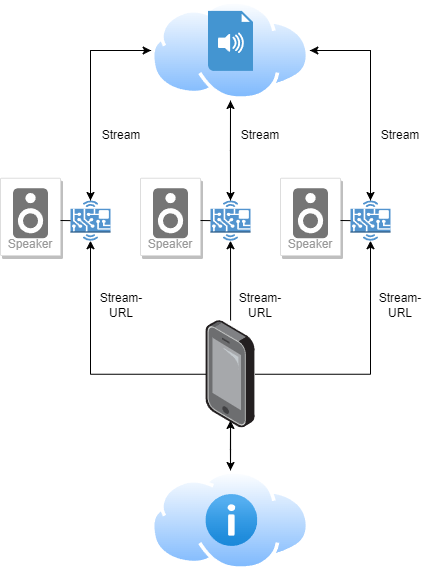
The draw.io diagram Skript/images/allgemein/MSA_Konzept.png in nicolang-dev/DA_Lang-Immler, before a commit. Source tidied: cells renumbered, new cells last; positions are measured from the earlier drawing's top-left corner, leaving out a move shared by most shapes.
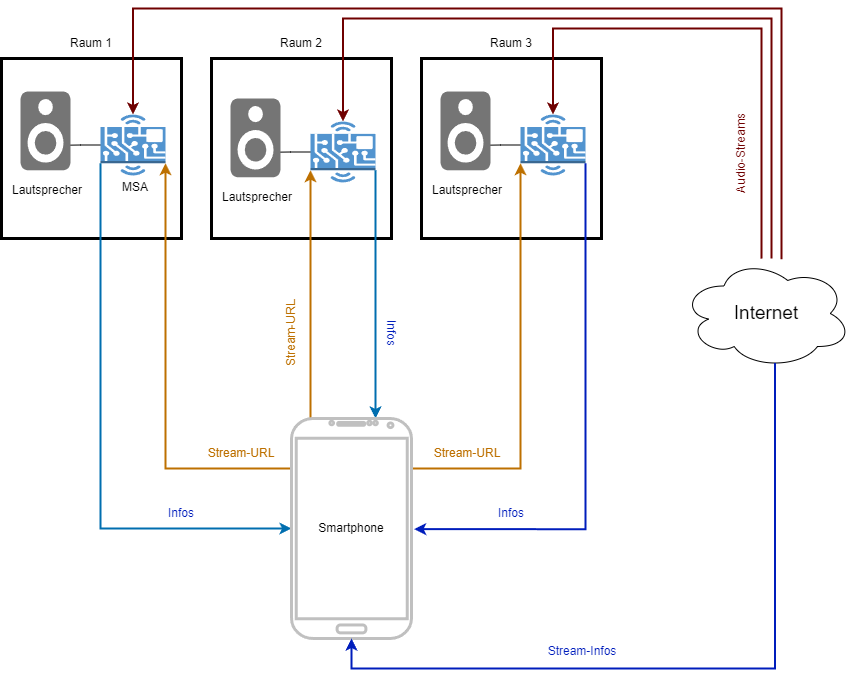
After the commit.

Diff of the diagram source:
```diff
@@ -2,148 +2,191 @@
   <root>
     <mxCell id="0" />
     <mxCell id="1" parent="0" />
-    <mxCell id="2" style="edgeStyle=orthogonalEdgeStyle;rounded=0;jettySize=auto;html=1;" parent="1" edge="1" source="3" target="33">
-      <mxGeometry relative="1" as="geometry" />
-    </mxCell>
-    <mxCell id="3" style="image;points=[];html=1;align=center;shadow=0;dashed=0;image=img/lib/allied_telesis/computer_and_terminals/Smartphone.svg;" parent="1" vertex="1">
-      <mxGeometry x="205.4" y="320" width="49.3" height="107.5" as="geometry" />
-    </mxCell>
-    <mxCell id="4" style="group;" parent="1" vertex="1">
-      <mxGeometry x="140" y="150" width="110" height="105" as="geometry" />
-    </mxCell>
-    <mxCell id="5" style="group;" parent="4" vertex="1">
-      <mxGeometry width="60" height="105" as="geometry" />
-    </mxCell>
-    <mxCell id="6" value="Speaker" style="strokeColor=#dddddd;shadow=1;strokeWidth=1;rounded=1;absoluteArcSize=1;arcSize=2;labelPosition=center;verticalLabelPosition=middle;align=center;verticalAlign=bottom;spacingLeft=0;fontColor=#999999;fontSize=12;whiteSpace=wrap;spacingBottom=2;html=1;" parent="5" vertex="1">
-      <mxGeometry y="27.7" width="60" height="77.3" as="geometry" />
-    </mxCell>
-    <mxCell id="7" style="sketch=0;dashed=0;html=1;fillColor=#757575;strokeColor=none;shape=mxgraph.gcp2.speaker;" parent="6" vertex="1">
-      <mxGeometry x="0.5" width="35" height="50" relative="1" as="geometry">
-        <mxPoint x="-17.5" y="10" as="offset" />
-      </mxGeometry>
-    </mxCell>
-    <mxCell id="8" style="outlineConnect=0;dashed=0;verticalLabelPosition=bottom;verticalAlign=top;align=center;html=1;shape=mxgraph.aws3.hardware_board;fillColor=#5294CF;gradientColor=none;" parent="4" vertex="1">
-      <mxGeometry x="70" y="50" width="40" height="40.2" as="geometry" />
-    </mxCell>
-    <mxCell id="9" style="endArrow=none;html=1;rounded=0;entryX=0;entryY=0.5;entryDx=0;entryDy=0;entryPerimeter=0;" parent="4" edge="1" target="8">
-      <mxGeometry relative="1" as="geometry">
-        <mxPoint x="60" y="70" as="sourcePoint" />
-      </mxGeometry>
-    </mxCell>
-    <mxCell id="10" style="group;" parent="1" vertex="1">
-      <mxGeometry y="150" width="110" height="105" as="geometry" />
-    </mxCell>
-    <mxCell id="11" style="group;" parent="10" vertex="1">
-      <mxGeometry width="60" height="105" as="geometry" />
-    </mxCell>
-    <mxCell id="12" value="Speaker" style="strokeColor=#dddddd;shadow=1;strokeWidth=1;rounded=1;absoluteArcSize=1;arcSize=2;labelPosition=center;verticalLabelPosition=middle;align=center;verticalAlign=bottom;spacingLeft=0;fontColor=#999999;fontSize=12;whiteSpace=wrap;spacingBottom=2;html=1;" parent="11" vertex="1">
-      <mxGeometry y="27.7" width="60" height="77.3" as="geometry" />
-    </mxCell>
-    <mxCell id="13" style="sketch=0;dashed=0;html=1;fillColor=#757575;strokeColor=none;shape=mxgraph.gcp2.speaker;" parent="12" vertex="1">
-      <mxGeometry x="0.5" width="35" height="50" relative="1" as="geometry">
-        <mxPoint x="-17.5" y="10" as="offset" />
-      </mxGeometry>
-    </mxCell>
-    <mxCell id="14" style="outlineConnect=0;dashed=0;verticalLabelPosition=bottom;verticalAlign=top;align=center;html=1;shape=mxgraph.aws3.hardware_board;fillColor=#5294CF;gradientColor=none;" parent="10" vertex="1">
-      <mxGeometry x="70" y="50" width="40" height="40.2" as="geometry" />
-    </mxCell>
-    <mxCell id="15" style="group;" parent="1" vertex="1">
-      <mxGeometry x="280" y="150" width="110" height="105" as="geometry" />
-    </mxCell>
-    <mxCell id="16" style="group;" parent="15" vertex="1">
-      <mxGeometry width="60" height="105" as="geometry" />
-    </mxCell>
-    <mxCell id="17" value="Speaker" style="strokeColor=#dddddd;shadow=1;strokeWidth=1;rounded=1;absoluteArcSize=1;arcSize=2;labelPosition=center;verticalLabelPosition=middle;align=center;verticalAlign=bottom;spacingLeft=0;fontColor=#999999;fontSize=12;whiteSpace=wrap;spacingBottom=2;html=1;" parent="16" vertex="1">
-      <mxGeometry y="27.7" width="60" height="77.3" as="geometry" />
-    </mxCell>
-    <mxCell id="18" style="sketch=0;dashed=0;html=1;fillColor=#757575;strokeColor=none;shape=mxgraph.gcp2.speaker;" parent="17" vertex="1">
-      <mxGeometry x="0.5" width="35" height="50" relative="1" as="geometry">
-        <mxPoint x="-17.5" y="10" as="offset" />
-      </mxGeometry>
-    </mxCell>
-    <mxCell id="19" style="outlineConnect=0;dashed=0;verticalLabelPosition=bottom;verticalAlign=top;align=center;html=1;shape=mxgraph.aws3.hardware_board;fillColor=#5294CF;gradientColor=none;" parent="15" vertex="1">
-      <mxGeometry x="70" y="50" width="40" height="40.2" as="geometry" />
-    </mxCell>
-    <mxCell id="20" style="endArrow=none;html=1;rounded=0;entryX=0;entryY=0.5;entryDx=0;entryDy=0;entryPerimeter=0;" parent="15" edge="1" target="19">
-      <mxGeometry relative="1" as="geometry">
-        <mxPoint x="60" y="70" as="sourcePoint" />
-      </mxGeometry>
-    </mxCell>
-    <mxCell id="21" style="edgeStyle=orthogonalEdgeStyle;rounded=0;jettySize=auto;html=1;entryX=0.5;entryY=1;entryDx=0;entryDy=0;entryPerimeter=0;" parent="1" edge="1" source="3" target="19">
-      <mxGeometry relative="1" as="geometry" />
-    </mxCell>
-    <mxCell id="22" style="edgeStyle=orthogonalEdgeStyle;rounded=0;jettySize=auto;html=1;entryX=0.5;entryY=1;entryDx=0;entryDy=0;entryPerimeter=0;" parent="1" edge="1" source="3" target="8">
-      <mxGeometry relative="1" as="geometry" />
-    </mxCell>
-    <mxCell id="23" style="edgeStyle=orthogonalEdgeStyle;rounded=0;jettySize=auto;html=1;entryX=0.5;entryY=1;entryDx=0;entryDy=0;entryPerimeter=0;" parent="1" edge="1" source="3" target="14">
-      <mxGeometry relative="1" as="geometry" />
-    </mxCell>
-    <mxCell id="24" style="group;" parent="1" vertex="1">
-      <mxGeometry x="150.6" width="158.7" height="100" as="geometry" />
-    </mxCell>
-    <mxCell id="25" style="image;perimeter=ellipsePerimeter;html=1;align=center;shadow=0;dashed=0;spacingTop=3;image=img/lib/active_directory/internet_cloud.svg;" parent="24" vertex="1">
-      <mxGeometry width="158.7" height="100" as="geometry" />
-    </mxCell>
-    <mxCell id="26" style="shadow=0;dashed=0;html=1;strokeColor=none;fillColor=#4495D1;labelPosition=center;verticalLabelPosition=bottom;verticalAlign=top;align=center;shape=mxgraph.veeam.audio_file;" parent="24" vertex="1">
-      <mxGeometry x="56.9" y="10.4" width="45" height="60" as="geometry" />
-    </mxCell>
-    <mxCell id="27" style="edgeStyle=orthogonalEdgeStyle;rounded=0;jettySize=auto;html=1;entryX=1;entryY=0.5;entryDx=0;entryDy=0;" parent="1" edge="1" source="19" target="25">
-      <mxGeometry relative="1" as="geometry">
-        <Array as="points">
-          <mxPoint x="370" y="50" />
-        </Array>
-      </mxGeometry>
-    </mxCell>
-    <mxCell id="28" style="rounded=0;jettySize=auto;html=1;entryX=0.5;entryY=1;entryDx=0;entryDy=0;" parent="1" edge="1" source="8" target="25">
-      <mxGeometry relative="1" as="geometry" />
-    </mxCell>
-    <mxCell id="29" style="edgeStyle=orthogonalEdgeStyle;rounded=0;jettySize=auto;html=1;entryX=0.5;entryY=0;entryDx=0;entryDy=0;entryPerimeter=0;" parent="1" edge="1" source="25" target="8">
-      <mxGeometry relative="1" as="geometry" />
-    </mxCell>
-    <mxCell id="30" style="edgeStyle=orthogonalEdgeStyle;rounded=0;jettySize=auto;html=1;entryX=0.5;entryY=0;entryDx=0;entryDy=0;entryPerimeter=0;" parent="1" edge="1" source="25" target="19">
-      <mxGeometry relative="1" as="geometry" />
-    </mxCell>
-    <mxCell id="31" style="edgeStyle=orthogonalEdgeStyle;rounded=0;jettySize=auto;html=1;entryX=0;entryY=0.5;entryDx=0;entryDy=0;" parent="1" edge="1" source="14" target="25">
-      <mxGeometry relative="1" as="geometry">
-        <Array as="points">
-          <mxPoint x="90" y="50" />
-        </Array>
-      </mxGeometry>
-    </mxCell>
-    <mxCell id="32" style="edgeStyle=orthogonalEdgeStyle;rounded=0;jettySize=auto;html=1;entryX=0.5;entryY=0;entryDx=0;entryDy=0;entryPerimeter=0;" parent="1" edge="1" source="25" target="14">
-      <mxGeometry relative="1" as="geometry" />
-    </mxCell>
-    <mxCell id="33" style="image;perimeter=ellipsePerimeter;html=1;align=center;shadow=0;dashed=0;spacingTop=3;image=img/lib/active_directory/internet_cloud.svg;" parent="1" vertex="1">
-      <mxGeometry x="150.6" y="470" width="158.7" height="100" as="geometry" />
-    </mxCell>
-    <mxCell id="34" style="edgeStyle=orthogonalEdgeStyle;rounded=0;jettySize=auto;html=1;entryX=0.5;entryY=0.93;entryDx=0;entryDy=0;entryPerimeter=0;" parent="1" edge="1" source="33" target="3">
-      <mxGeometry relative="1" as="geometry" />
-    </mxCell>
-    <mxCell id="35" style="image;html=1;align=center;fontSize=12;image=img/lib/azure2/general/Information.svg;" parent="1" vertex="1">
-      <mxGeometry x="205.4" y="494" width="52" height="52" as="geometry" />
-    </mxCell>
-    <mxCell id="36" value="Stream-URL" style="text;html=1;strokeColor=none;fillColor=none;align=center;verticalAlign=middle;whiteSpace=wrap;rounded=0;" parent="1" vertex="1">
-      <mxGeometry x="90.6" y="290" width="60" height="30" as="geometry" />
-    </mxCell>
-    <mxCell id="37" value="Stream-URL" style="text;html=1;strokeColor=none;fillColor=none;align=center;verticalAlign=middle;whiteSpace=wrap;rounded=0;" parent="1" vertex="1">
-      <mxGeometry x="230" y="290" width="60" height="30" as="geometry" />
-    </mxCell>
-    <mxCell id="38" value="Stream-URL" style="text;html=1;strokeColor=none;fillColor=none;align=center;verticalAlign=middle;whiteSpace=wrap;rounded=0;" parent="1" vertex="1">
-      <mxGeometry x="370" y="290" width="60" height="30" as="geometry" />
-    </mxCell>
-    <mxCell id="39" value="Stream" style="text;html=1;strokeColor=none;fillColor=none;align=center;verticalAlign=middle;whiteSpace=wrap;rounded=0;" parent="1" vertex="1">
-      <mxGeometry x="90.6" y="120" width="60" height="30" as="geometry" />
-    </mxCell>
-    <mxCell id="40" value="Stream" style="text;html=1;strokeColor=none;fillColor=none;align=center;verticalAlign=middle;whiteSpace=wrap;rounded=0;" parent="1" vertex="1">
-      <mxGeometry x="230" y="120" width="60" height="30" as="geometry" />
-    </mxCell>
-    <mxCell id="41" value="Stream" style="text;html=1;strokeColor=none;fillColor=none;align=center;verticalAlign=middle;whiteSpace=wrap;rounded=0;" parent="1" vertex="1">
-      <mxGeometry x="370" y="120" width="60" height="30" as="geometry" />
-    </mxCell>
-    <mxCell id="42" style="endArrow=none;html=1;rounded=0;entryX=0;entryY=0.5;entryDx=0;entryDy=0;entryPerimeter=0;" parent="1" edge="1" target="14">
-      <mxGeometry relative="1" as="geometry">
-        <mxPoint x="60" y="220" as="sourcePoint" />
-      </mxGeometry>
-    </mxCell>
+    <mxCell id="43" style="group;strokeWidth=8;" parent="1" vertex="1">
+      <mxGeometry x="-60" y="140" width="180" height="210" as="geometry" />
+    </mxCell>
+    <mxCell id="44" style="whiteSpace=wrap;html=1;strokeWidth=3;" parent="43" vertex="1">
+      <mxGeometry y="30" width="180" height="180" as="geometry" />
+    </mxCell>
+    <mxCell id="45" value="Raum 1" style="text;html=1;strokeColor=none;fillColor=none;align=center;verticalAlign=middle;whiteSpace=wrap;rounded=0;" parent="43" vertex="1">
+      <mxGeometry x="60" width="60" height="30" as="geometry" />
+    </mxCell>
+    <mxCell id="46" style="edgeStyle=orthogonalEdgeStyle;rounded=0;jettySize=auto;html=1;endArrow=none;endFill=0;" parent="43" edge="1" source="47">
+      <mxGeometry relative="1" as="geometry">
+        <mxPoint x="59" y="116.8" as="targetPoint" />
+      </mxGeometry>
+    </mxCell>
+    <mxCell id="47" style="outlineConnect=0;dashed=0;verticalLabelPosition=bottom;verticalAlign=top;align=center;html=1;shape=mxgraph.aws3.hardware_board;fillColor=#5294CF;gradientColor=none;" parent="43" vertex="1">
+      <mxGeometry x="99" y="86" width="65" height="60.9" as="geometry" />
+    </mxCell>
+    <mxCell id="48" value="MSA" style="text;html=1;strokeColor=none;fillColor=none;align=center;verticalAlign=middle;whiteSpace=wrap;rounded=0;" parent="43" vertex="1">
+      <mxGeometry x="104" y="144" width="60" height="30" as="geometry" />
+    </mxCell>
+    <mxCell id="49" style="sketch=0;dashed=0;html=1;fillColor=#757575;strokeColor=none;shape=mxgraph.gcp2.speaker;align=center;" parent="43" vertex="1">
+      <mxGeometry x="19" y="63" width="50" height="78.8" as="geometry">
+        <mxPoint x="-17.5" y="10" as="offset" />
+      </mxGeometry>
+    </mxCell>
+    <mxCell id="50" value="Lautsprecher" style="text;html=1;strokeColor=none;fillColor=none;align=center;verticalAlign=middle;whiteSpace=wrap;rounded=0;" parent="43" vertex="1">
+      <mxGeometry x="16" y="147" width="60" height="30" as="geometry" />
+    </mxCell>
+    <mxCell id="51" style="group;strokeWidth=8;" parent="1" vertex="1">
+      <mxGeometry x="150" y="140" width="180" height="210" as="geometry" />
+    </mxCell>
+    <mxCell id="52" style="whiteSpace=wrap;html=1;strokeWidth=3;" parent="51" vertex="1">
+      <mxGeometry y="30" width="180" height="180" as="geometry" />
+    </mxCell>
+    <mxCell id="53" value="Raum 2" style="text;html=1;strokeColor=none;fillColor=none;align=center;verticalAlign=middle;whiteSpace=wrap;rounded=0;" parent="51" vertex="1">
+      <mxGeometry x="60" width="60" height="30" as="geometry" />
+    </mxCell>
+    <mxCell id="54" style="edgeStyle=orthogonalEdgeStyle;rounded=0;jettySize=auto;html=1;endArrow=none;endFill=0;" parent="51" edge="1" source="55">
+      <mxGeometry relative="1" as="geometry">
+        <mxPoint x="59" y="123.8" as="targetPoint" />
+      </mxGeometry>
+    </mxCell>
+    <mxCell id="55" style="outlineConnect=0;dashed=0;verticalLabelPosition=bottom;verticalAlign=top;align=center;html=1;shape=mxgraph.aws3.hardware_board;fillColor=#5294CF;gradientColor=none;" parent="51" vertex="1">
+      <mxGeometry x="99" y="93" width="65" height="60.9" as="geometry" />
+    </mxCell>
+    <mxCell id="56" style="sketch=0;dashed=0;html=1;fillColor=#757575;strokeColor=none;shape=mxgraph.gcp2.speaker;align=center;" parent="51" vertex="1">
+      <mxGeometry x="19" y="70" width="50" height="78.8" as="geometry">
+        <mxPoint x="-17.5" y="10" as="offset" />
+      </mxGeometry>
+    </mxCell>
+    <mxCell id="57" value="Lautsprecher" style="text;html=1;strokeColor=none;fillColor=none;align=center;verticalAlign=middle;whiteSpace=wrap;rounded=0;" parent="51" vertex="1">
+      <mxGeometry x="16" y="153.9" width="60" height="30" as="geometry" />
+    </mxCell>
+    <mxCell id="58" style="group;strokeWidth=8;" parent="1" vertex="1">
+      <mxGeometry x="360" y="140" width="180" height="210" as="geometry" />
+    </mxCell>
+    <mxCell id="59" style="whiteSpace=wrap;html=1;strokeWidth=3;" parent="58" vertex="1">
+      <mxGeometry y="30" width="180" height="180" as="geometry" />
+    </mxCell>
+    <mxCell id="60" value="Raum 3" style="text;html=1;strokeColor=none;fillColor=none;align=center;verticalAlign=middle;whiteSpace=wrap;rounded=0;" parent="58" vertex="1">
+      <mxGeometry x="60" width="60" height="30" as="geometry" />
+    </mxCell>
+    <mxCell id="61" style="edgeStyle=orthogonalEdgeStyle;rounded=0;jettySize=auto;html=1;endArrow=none;endFill=0;" parent="58" edge="1" source="62">
+      <mxGeometry relative="1" as="geometry">
+        <mxPoint x="59" y="116.8" as="targetPoint" />
+      </mxGeometry>
+    </mxCell>
+    <mxCell id="62" style="outlineConnect=0;dashed=0;verticalLabelPosition=bottom;verticalAlign=top;align=center;html=1;shape=mxgraph.aws3.hardware_board;fillColor=#5294CF;gradientColor=none;" parent="58" vertex="1">
+      <mxGeometry x="99" y="86" width="65" height="60.9" as="geometry" />
+    </mxCell>
+    <mxCell id="63" style="sketch=0;dashed=0;html=1;fillColor=#757575;strokeColor=none;shape=mxgraph.gcp2.speaker;align=center;" parent="58" vertex="1">
+      <mxGeometry x="19" y="63" width="50" height="78.8" as="geometry">
+        <mxPoint x="-17.5" y="10" as="offset" />
+      </mxGeometry>
+    </mxCell>
+    <mxCell id="64" value="Lautsprecher" style="text;html=1;strokeColor=none;fillColor=none;align=center;verticalAlign=middle;whiteSpace=wrap;rounded=0;" parent="58" vertex="1">
+      <mxGeometry x="16" y="147" width="60" height="30" as="geometry" />
+    </mxCell>
+    <mxCell id="65" value="Internet" style="ellipse;shape=cloud;whiteSpace=wrap;html=1;fontSize=19;" parent="1" vertex="1">
+      <mxGeometry x="620" y="370" width="170" height="110" as="geometry" />
+    </mxCell>
+    <mxCell id="66" style="edgeStyle=orthogonalEdgeStyle;rounded=0;jettySize=auto;html=1;entryX=0;entryY=0.8;entryDx=0;entryDy=0;entryPerimeter=0;fillColor=#f0a30a;strokeColor=#BD7000;jumpSize=6;strokeWidth=2;" parent="1" edge="1" source="72" target="55">
+      <mxGeometry relative="1" as="geometry">
+        <Array as="points">
+          <mxPoint x="249" y="410" />
+          <mxPoint x="249" y="410" />
+        </Array>
+      </mxGeometry>
+    </mxCell>
+    <mxCell id="67" style="edgeStyle=orthogonalEdgeStyle;rounded=0;jettySize=auto;html=1;entryX=1;entryY=0.8;entryDx=0;entryDy=0;entryPerimeter=0;fillColor=#f0a30a;strokeColor=#BD7000;jumpSize=6;strokeWidth=2;" parent="1" edge="1" source="72" target="47">
+      <mxGeometry relative="1" as="geometry">
+        <Array as="points">
+          <mxPoint x="104" y="580" />
+        </Array>
+      </mxGeometry>
+    </mxCell>
+    <mxCell id="68" style="edgeStyle=orthogonalEdgeStyle;rounded=0;jettySize=auto;html=1;entryX=0;entryY=0.8;entryDx=0;entryDy=0;entryPerimeter=0;fillColor=#f0a30a;strokeColor=#BD7000;jumpSize=6;strokeWidth=2;" parent="1" edge="1" source="72" target="62">
+      <mxGeometry relative="1" as="geometry">
+        <Array as="points">
+          <mxPoint x="459" y="580" />
+        </Array>
+      </mxGeometry>
+    </mxCell>
+    <mxCell id="69" style="edgeStyle=orthogonalEdgeStyle;rounded=0;jettySize=auto;html=1;entryX=1;entryY=0.8;entryDx=0;entryDy=0;startArrow=classic;startFill=1;endArrow=none;endFill=0;entryPerimeter=0;exitX=1.022;exitY=0.503;exitDx=0;exitDy=0;exitPerimeter=0;fillColor=#0050ef;strokeColor=#001DBC;strokeWidth=2;" parent="1" edge="1" source="72" target="62">
+      <mxGeometry relative="1" as="geometry">
+        <Array as="points">
+          <mxPoint x="524" y="641" />
+        </Array>
+      </mxGeometry>
+    </mxCell>
+    <mxCell id="70" style="edgeStyle=orthogonalEdgeStyle;rounded=0;jettySize=auto;html=1;entryX=1;entryY=0.8;entryDx=0;entryDy=0;endArrow=none;endFill=0;startArrow=classic;startFill=1;entryPerimeter=0;fillColor=#1ba1e2;strokeColor=#006EAF;strokeWidth=2;" parent="1" edge="1" source="72" target="55">
+      <mxGeometry relative="1" as="geometry">
+        <Array as="points">
+          <mxPoint x="314" y="640" />
+        </Array>
+      </mxGeometry>
+    </mxCell>
+    <mxCell id="71" style="edgeStyle=orthogonalEdgeStyle;rounded=0;jettySize=auto;html=1;entryX=0;entryY=0.8;entryDx=0;entryDy=0;endArrow=none;endFill=0;startArrow=classic;startFill=1;entryPerimeter=0;fillColor=#1ba1e2;strokeColor=#006EAF;strokeWidth=2;" parent="1" edge="1" source="72" target="47">
+      <mxGeometry relative="1" as="geometry">
+        <Array as="points">
+          <mxPoint x="39" y="640" />
+        </Array>
+      </mxGeometry>
+    </mxCell>
+    <mxCell id="72" style="verticalLabelPosition=bottom;verticalAlign=top;html=1;shadow=0;dashed=0;strokeWidth=3;shape=mxgraph.android.phone2;strokeColor=#c0c0c0;" parent="1" vertex="1">
+      <mxGeometry x="230" y="530" width="120" height="220" as="geometry" />
+    </mxCell>
+    <mxCell id="73" value="Smartphone" style="text;html=1;strokeColor=none;fillColor=none;align=center;verticalAlign=middle;whiteSpace=wrap;rounded=0;" parent="1" vertex="1">
+      <mxGeometry x="260" y="625" width="60" height="30" as="geometry" />
+    </mxCell>
+    <mxCell id="74" value="Stream-URL" style="text;html=1;strokeColor=none;fillColor=none;align=center;verticalAlign=middle;whiteSpace=wrap;rounded=0;rotation=-90;fontColor=#BD7000;" parent="1" vertex="1">
+      <mxGeometry x="180" y="430" width="100" height="30" as="geometry" />
+    </mxCell>
+    <mxCell id="75" value="Stream-URL" style="text;html=1;strokeColor=none;fillColor=none;align=center;verticalAlign=middle;whiteSpace=wrap;rounded=0;fontColor=#BD7000;" parent="1" vertex="1">
+      <mxGeometry x="130" y="550" width="100" height="30" as="geometry" />
+    </mxCell>
+    <mxCell id="76" value="Infos" style="text;html=1;strokeColor=none;fillColor=none;align=center;verticalAlign=middle;whiteSpace=wrap;rounded=0;rotation=90;fontColor=#001DBC;" parent="1" vertex="1">
+      <mxGeometry x="280" y="430" width="100" height="30" as="geometry" />
+    </mxCell>
+    <mxCell id="77" value="Infos" style="text;html=1;strokeColor=none;fillColor=none;align=center;verticalAlign=middle;whiteSpace=wrap;rounded=0;rotation=0;fontColor=#001DBC;" parent="1" vertex="1">
+      <mxGeometry x="400" y="610" width="100" height="30" as="geometry" />
+    </mxCell>
+    <mxCell id="78" value="Infos" style="text;html=1;strokeColor=none;fillColor=none;align=center;verticalAlign=middle;whiteSpace=wrap;rounded=0;rotation=0;fontColor=#001DBC;" parent="1" vertex="1">
+      <mxGeometry x="70" y="610" width="100" height="30" as="geometry" />
+    </mxCell>
+    <mxCell id="79" value="Stream-URL" style="text;html=1;strokeColor=none;fillColor=none;align=center;verticalAlign=middle;whiteSpace=wrap;rounded=0;fontColor=#BD7000;" parent="1" vertex="1">
+      <mxGeometry x="356" y="550" width="100" height="30" as="geometry" />
+    </mxCell>
+    <mxCell id="80" style="edgeStyle=orthogonalEdgeStyle;rounded=0;jettySize=auto;html=1;entryX=0.55;entryY=0.95;entryDx=0;entryDy=0;entryPerimeter=0;startArrow=classic;startFill=1;endArrow=none;endFill=0;fillColor=#0050ef;strokeColor=#001DBC;strokeWidth=2;" parent="1" edge="1" source="72" target="65">
+      <mxGeometry relative="1" as="geometry">
+        <Array as="points">
+          <mxPoint x="290" y="780" />
+          <mxPoint x="713" y="780" />
+        </Array>
+      </mxGeometry>
+    </mxCell>
+    <mxCell id="81" value="Stream-Infos" style="text;html=1;strokeColor=none;fillColor=none;align=center;verticalAlign=middle;whiteSpace=wrap;rounded=0;rotation=0;fontColor=#001DBC;" parent="1" vertex="1">
+      <mxGeometry x="471" y="748" width="100" height="30" as="geometry" />
+    </mxCell>
+    <mxCell id="82" style="edgeStyle=orthogonalEdgeStyle;rounded=0;jettySize=auto;html=1;entryX=0.5;entryY=0;entryDx=0;entryDy=0;entryPerimeter=0;fillColor=#a20025;strokeColor=#6F0000;strokeWidth=2;" parent="1" edge="1" source="65" target="62">
+      <mxGeometry relative="1" as="geometry">
+        <Array as="points">
+          <mxPoint x="700" y="140" />
+          <mxPoint x="491" y="140" />
+        </Array>
+      </mxGeometry>
+    </mxCell>
+    <mxCell id="83" style="edgeStyle=orthogonalEdgeStyle;rounded=0;jettySize=auto;html=1;entryX=0.5;entryY=0;entryDx=0;entryDy=0;entryPerimeter=0;fillColor=#a20025;strokeColor=#6F0000;strokeWidth=2;" parent="1" edge="1" source="65" target="55">
+      <mxGeometry relative="1" as="geometry">
+        <Array as="points">
+          <mxPoint x="710" y="130" />
+          <mxPoint x="281" y="130" />
+        </Array>
+      </mxGeometry>
+    </mxCell>
+    <mxCell id="84" style="edgeStyle=orthogonalEdgeStyle;rounded=0;jettySize=auto;html=1;entryX=0.5;entryY=0;entryDx=0;entryDy=0;entryPerimeter=0;fillColor=#a20025;strokeColor=#6F0000;strokeWidth=2;" parent="1" edge="1" source="65" target="47">
+      <mxGeometry relative="1" as="geometry">
+        <Array as="points">
+          <mxPoint x="720" y="120" />
+          <mxPoint x="71" y="120" />
+        </Array>
+      </mxGeometry>
+    </mxCell>
+    <mxCell id="85" value="Audio-Streams" style="text;html=1;strokeColor=none;fillColor=none;align=center;verticalAlign=middle;whiteSpace=wrap;rounded=0;rotation=-90;fontColor=#6F0000;fontSize=12;" parent="1" vertex="1">
+      <mxGeometry x="630" y="250" width="100" height="30" as="geometry" />
+    </mxCell>
   </root>
 </mxGraphModel>
```
